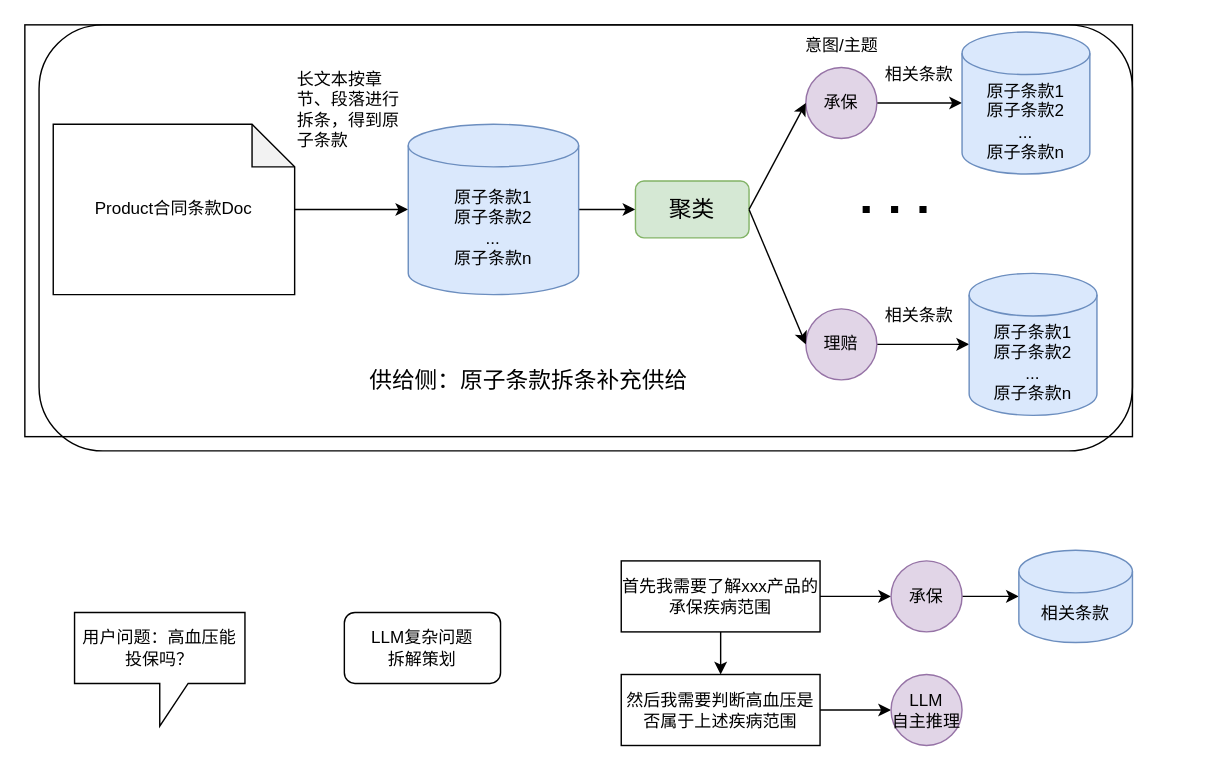
Before: 保险条款推理检索.drawio in ZhangHammer/ZhangHammer, a draw.io diagram. Source tidied: cells renumbered, new cells numbered last; positions are measured from the earlier drawing's top-left corner, leaving out a move shared by most shapes. Both pictures are drawn from the tidied source at 142%, with x=0, y=0 at pixel (24, 24).
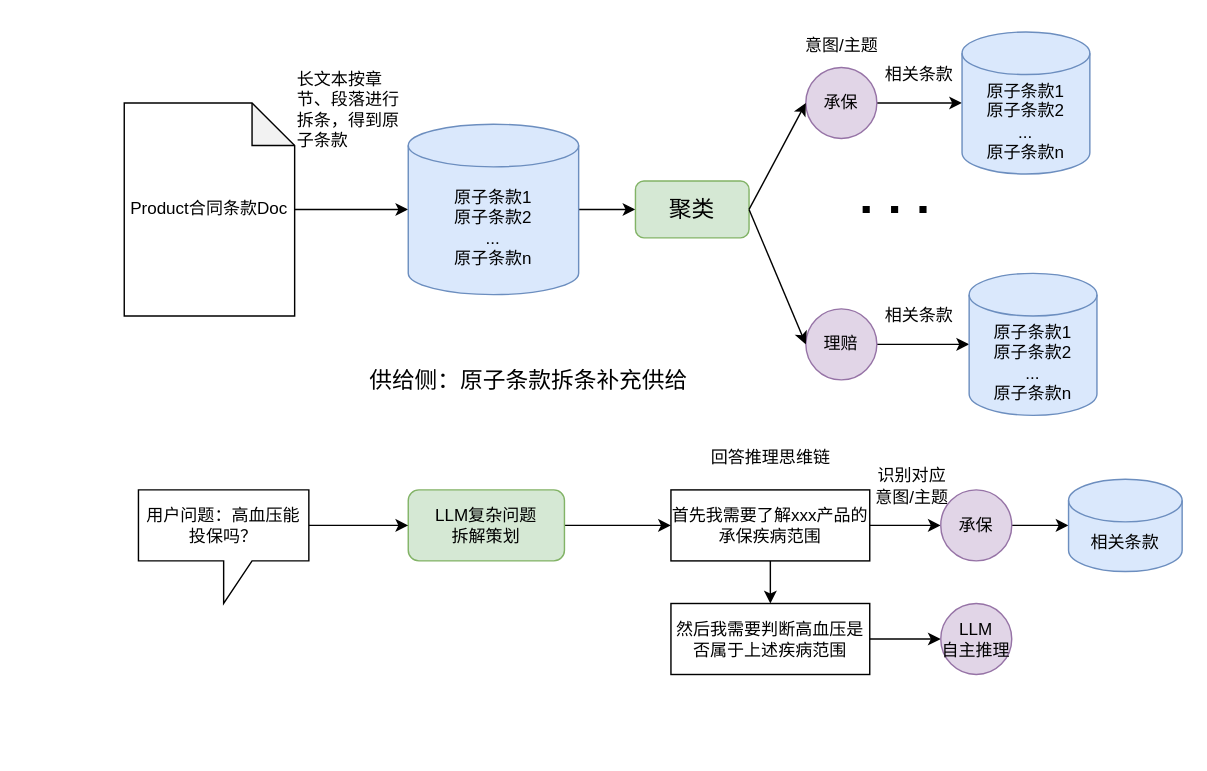
The same diagram, later.

Commit message (it also covers changes not shown here):
保险条款推理检索.drawio

What changed in the source:
```diff
@@
-    <mxCell id="2" style="rounded=1;whiteSpace=wrap;html=1;" parent="1" vertex="1">
-      <mxGeometry x="10" width="770" height="300" as="geometry" />
-    </mxCell>
-    <mxCell id="3" style="rounded=0;whiteSpace=wrap;html=1;fillColor=none;" parent="1" vertex="1">
-      <mxGeometry width="780" height="290" as="geometry" />
-    </mxCell>
@@
     <mxCell id="5" value="Product合同条款Doc" style="shape=note;whiteSpace=wrap;html=1;backgroundOutline=1;darkOpacity=0.05;" parent="1" vertex="1">
-      <mxGeometry x="20" y="70" width="170" height="120" as="geometry" />
+      <mxGeometry x="70" y="55" width="120" height="150" as="geometry" />
     </mxCell>
@@
+    <mxCell id="34" style="edgeStyle=orthogonalEdgeStyle;rounded=0;jettySize=auto;html=1;" parent="1" edge="1" source="23" target="27">
+      <mxGeometry relative="1" as="geometry" />
+    </mxCell>
-    <mxCell id="23" value="LLM复杂问题&lt;br&gt;拆解策划" style="rounded=1;whiteSpace=wrap;html=1;" parent="1" vertex="1">
-      <mxGeometry x="225" y="413.8" width="110" height="50" as="geometry" />
+    <mxCell id="23" value="LLM复杂问题&lt;br&gt;拆解策划" style="rounded=1;whiteSpace=wrap;html=1;fillColor=#d5e8d4;strokeColor=#82b366;" parent="1" vertex="1">
+      <mxGeometry x="270" y="327.5" width="110" height="50" as="geometry" />
     </mxCell>
+    <mxCell id="35" style="edgeStyle=orthogonalEdgeStyle;rounded=0;jettySize=auto;html=1;exitX=0;exitY=0;exitDx=120.00000000000001;exitDy=25;exitPerimeter=0;entryX=0;entryY=0.5;entryDx=0;entryDy=0;" parent="1" edge="1" source="24" target="23">
+      <mxGeometry relative="1" as="geometry" />
+    </mxCell>
     <mxCell id="24" value="用户问题：高血压能投保吗？" style="shape=callout;whiteSpace=wrap;html=1;perimeter=calloutPerimeter;" parent="1" vertex="1">
-      <mxGeometry x="35" y="413.8" width="120" height="80" as="geometry" />
+      <mxGeometry x="80" y="327.5" width="120" height="80" as="geometry" />
     </mxCell>
@@
     <mxCell id="27" value="首先我需要了解xxx产品的承保疾病范围" style="rounded=0;whiteSpace=wrap;html=1;" parent="1" vertex="1">
-      <mxGeometry x="420" y="377.5" width="140" height="50" as="geometry" />
+      <mxGeometry x="455" y="327.5" width="140" height="50" as="geometry" />
     </mxCell>
@@
     <mxCell id="29" value="然后我需要判断高血压是否属于上述疾病范围" style="rounded=0;whiteSpace=wrap;html=1;" parent="1" vertex="1">
-      <mxGeometry x="420" y="457.5" width="140" height="50" as="geometry" />
+      <mxGeometry x="455" y="407.5" width="140" height="50" as="geometry" />
     </mxCell>
@@
     <mxCell id="31" value="承保" style="ellipse;whiteSpace=wrap;html=1;fillColor=#e1d5e7;strokeColor=#9673a6;" parent="1" vertex="1">
-      <mxGeometry x="610" y="377.5" width="50" height="50" as="geometry" />
+      <mxGeometry x="645" y="327.5" width="50" height="50" as="geometry" />
     </mxCell>
     <mxCell id="32" value="LLM&lt;br&gt;自主推理" style="ellipse;whiteSpace=wrap;html=1;fillColor=#e1d5e7;strokeColor=#9673a6;" parent="1" vertex="1">
-      <mxGeometry x="610" y="457.5" width="50" height="50" as="geometry" />
+      <mxGeometry x="645" y="407.5" width="50" height="50" as="geometry" />
     </mxCell>
     <mxCell id="33" value="相关条款" style="shape=cylinder3;whiteSpace=wrap;html=1;boundedLbl=1;backgroundOutline=1;size=15;fillColor=#dae8fc;strokeColor=#6c8ebf;" parent="1" vertex="1">
-      <mxGeometry x="700" y="370" width="80" height="65" as="geometry" />
+      <mxGeometry x="735" y="320" width="80" height="65" as="geometry" />
     </mxCell>
+    <mxCell id="36" value="回答推理思维链" style="text;html=1;align=center;verticalAlign=middle;whiteSpace=wrap;rounded=0;" parent="1" vertex="1">
+      <mxGeometry x="462.5" y="290" width="125" height="30" as="geometry" />
+    </mxCell>
+    <mxCell id="37" value="识别对应意图/主题" style="text;html=1;align=center;verticalAlign=middle;whiteSpace=wrap;rounded=0;" parent="1" vertex="1">
+      <mxGeometry x="595" y="310" width="60" height="30" as="geometry" />
+    </mxCell>
```
